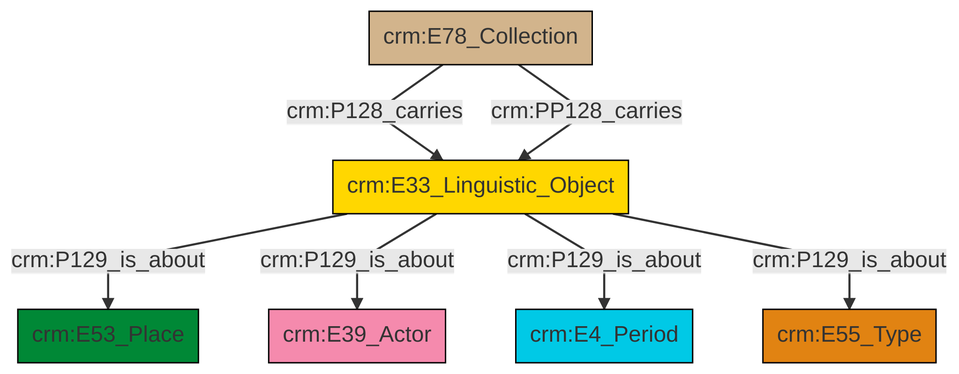
Above: et/archivalCSV/ttl/mmd/png/archival_aboutness.png in swiss-art-research-net/docs.swissartresearch (Mermaid), before the change. Its source is kept beside it as et/archivalCSV/ttl/mmd/archival_aboutness.ttl.mmd.
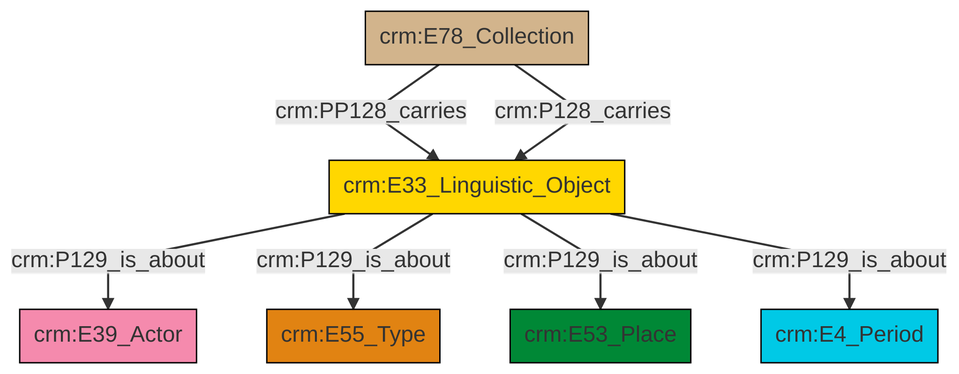
The same file after the commit.

The edit, as a diff of the source:
```diff
@@ -13,9 +13,9 @@
 classDef PC_Classes fill:#4ce600, stroke:#000000;
 classDef Multi fill:#cccccc,stroke:#000000;
 
-2["crm:E78_Collection"]:::Physical_Thing -->|crm:P128_carries| 3["crm:E33_Linguistic_Object"]:::Conceptual_Object
-3["crm:E33_Linguistic_Object"]:::Conceptual_Object -->|crm:P129_is_about| 4["crm:E53_Place"]:::Place
-3["crm:E33_Linguistic_Object"]:::Conceptual_Object -->|crm:P129_is_about| 5["crm:E39_Actor"]:::Actor
-3["crm:E33_Linguistic_Object"]:::Conceptual_Object -->|crm:P129_is_about| 0["crm:E4_Period"]:::Temporal_Entity
-2["crm:E78_Collection"]:::Physical_Thing -->|crm:PP128_carries| 3["crm:E33_Linguistic_Object"]:::Conceptual_Object
-3["crm:E33_Linguistic_Object"]:::Conceptual_Object -->|crm:P129_is_about| 9["crm:E55_Type"]:::Type
+2["crm:E33_Linguistic_Object"]:::Conceptual_Object -->|crm:P129_is_about| 3["crm:E39_Actor"]:::Actor
+2["crm:E33_Linguistic_Object"]:::Conceptual_Object -->|crm:P129_is_about| 4["crm:E55_Type"]:::Type
+5["crm:E78_Collection"]:::Physical_Thing -->|crm:PP128_carries| 2["crm:E33_Linguistic_Object"]:::Conceptual_Object
+5["crm:E78_Collection"]:::Physical_Thing -->|crm:P128_carries| 2["crm:E33_Linguistic_Object"]:::Conceptual_Object
+2["crm:E33_Linguistic_Object"]:::Conceptual_Object -->|crm:P129_is_about| 0["crm:E53_Place"]:::Place
+2["crm:E33_Linguistic_Object"]:::Conceptual_Object -->|crm:P129_is_about| 8["crm:E4_Period"]:::Temporal_Entity
```
